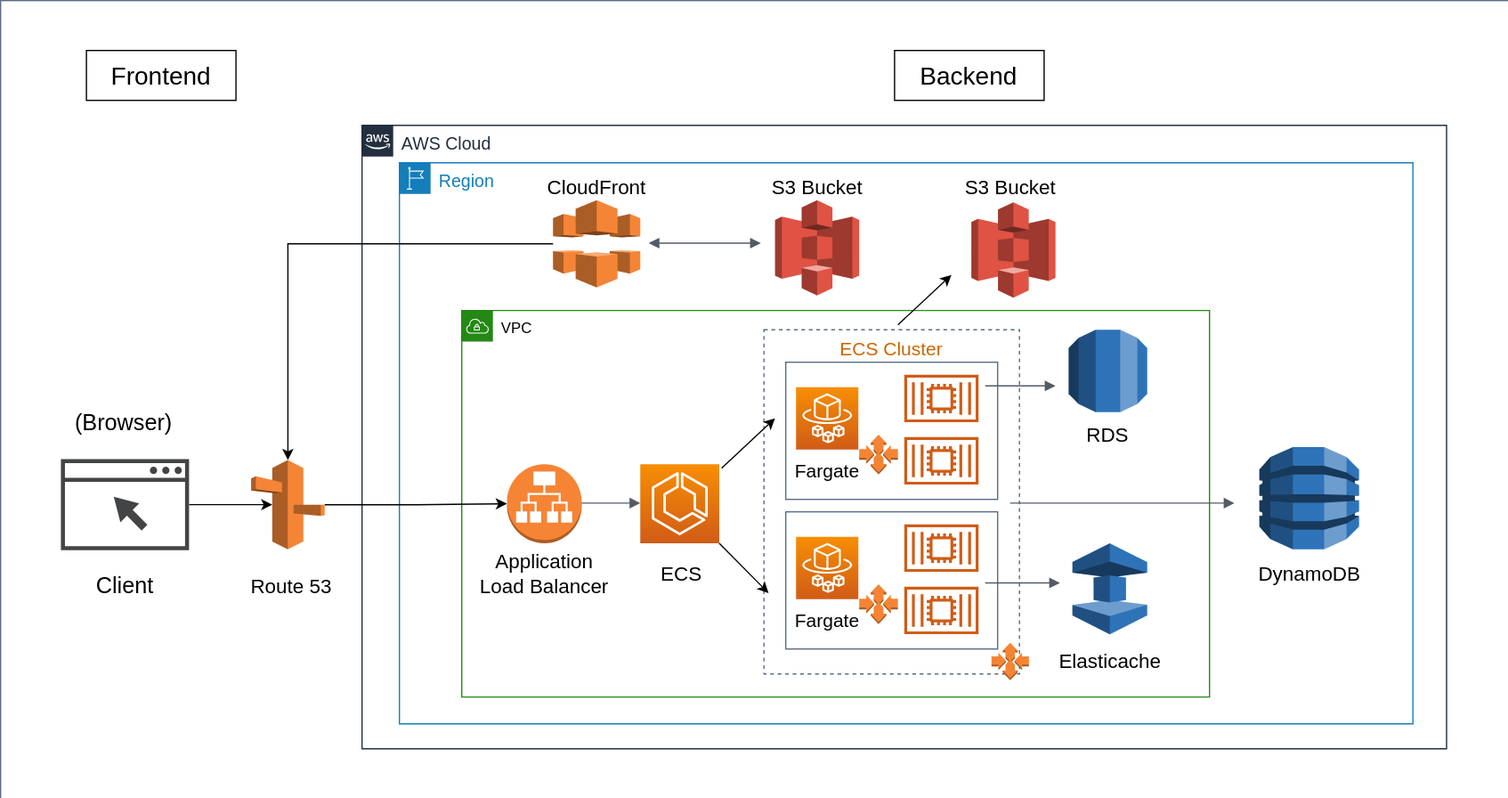
The draw.io diagram ECS-Fargate.svg in TravisCampos/Cloud-Architecture, before a commit. Source tidied: cells renumbered, new cells last; positions are measured from the earlier drawing's top-left corner, leaving out a move shared by most shapes.
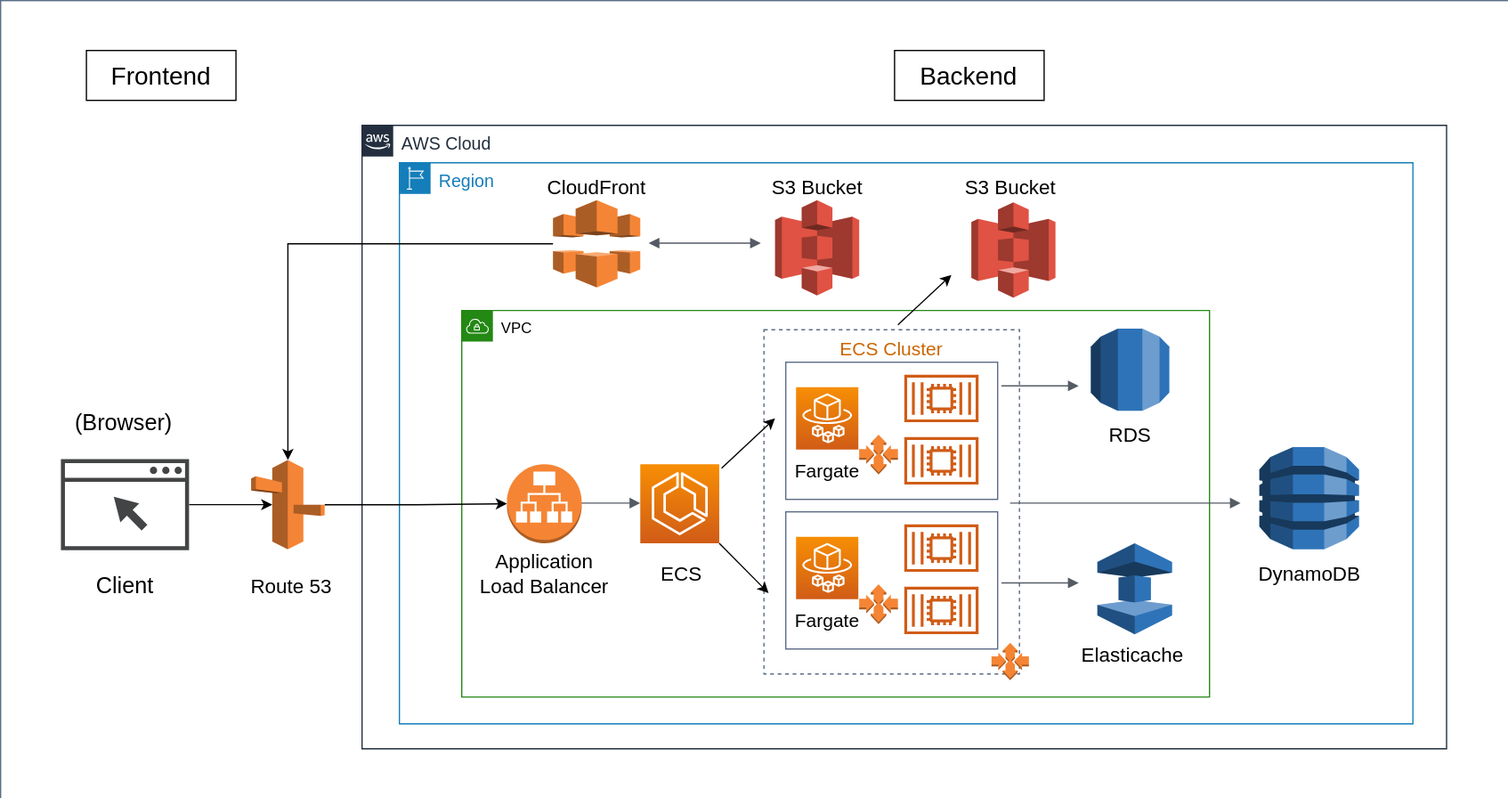
Later version of the same file.

Commit message:
Changed Serverless Containers

Diff of the diagram source:
```diff
@@ -90,13 +90,13 @@
       <mxGeometry x="380" y="450" width="112.5" height="20" as="geometry" />
     </mxCell>
     <mxCell id="29" style="dashed=0;verticalLabelPosition=bottom;verticalAlign=top;align=center;html=1;shape=mxgraph.aws3.rds;fillColor=#2E73B8;gradientColor=none;" parent="1" vertex="1">
-      <mxGeometry x="857" y="264" width="63" height="66" as="geometry" />
+      <mxGeometry x="874.8" y="263" width="63" height="66" as="geometry" />
     </mxCell>
     <mxCell id="30" style="dashed=0;verticalLabelPosition=bottom;verticalAlign=top;align=center;html=1;shape=mxgraph.aws3.elasticache;fillColor=#2E73B8;gradientColor=none;" parent="1" vertex="1">
-      <mxGeometry x="860" y="435.2" width="60" height="73" as="geometry" />
+      <mxGeometry x="880" y="435.2" width="60" height="73" as="geometry" />
     </mxCell>
     <mxCell id="31" value="Elasticache" style="text;html=1;strokeColor=none;fillColor=none;align=center;verticalAlign=middle;whiteSpace=wrap;rounded=0;fontSize=16;" parent="1" vertex="1">
-      <mxGeometry x="833.7" y="520" width="112.5" height="20" as="geometry" />
+      <mxGeometry x="852.2" y="515" width="112.5" height="20" as="geometry" />
     </mxCell>
     <mxCell id="32" value="ECS" style="text;html=1;strokeColor=none;fillColor=none;align=center;verticalAlign=middle;whiteSpace=wrap;rounded=0;fontSize=16;" parent="1" vertex="1">
       <mxGeometry x="490" y="450" width="112.5" height="20" as="geometry" />
@@ -126,7 +126,7 @@
       <mxGeometry x="688.9" y="348" width="31.1" height="32" as="geometry" />
     </mxCell>
     <mxCell id="41" value="RDS" style="text;html=1;strokeColor=none;fillColor=none;align=center;verticalAlign=middle;whiteSpace=wrap;rounded=0;fontSize=16;" parent="1" vertex="1">
-      <mxGeometry x="832.2" y="338.2" width="112.5" height="20" as="geometry" />
+      <mxGeometry x="850" y="338" width="112.5" height="20" as="geometry" />
     </mxCell>
     <mxCell id="42" value="&lt;font style=&quot;font-size: 15px&quot;&gt;Fargate&lt;/font&gt;" style="text;html=1;strokeColor=none;fillColor=none;align=center;verticalAlign=middle;whiteSpace=wrap;rounded=0;fontSize=16;" parent="1" vertex="1">
       <mxGeometry x="607.5" y="367" width="112.5" height="20" as="geometry" />
@@ -172,21 +172,24 @@
     </mxCell>
     <mxCell id="53" style="edgeStyle=orthogonalEdgeStyle;html=1;endArrow=block;elbow=vertical;startArrow=none;endFill=1;strokeColor=#545B64;rounded=0;fontSize=15;fontColor=#CC6600;" parent="1" edge="1">
       <mxGeometry relative="1" as="geometry">
-        <mxPoint x="790" y="467" as="sourcePoint" />
-        <mxPoint x="850" y="467" as="targetPoint" />
+        <mxPoint x="803" y="467" as="sourcePoint" />
+        <mxPoint x="865" y="467" as="targetPoint" />
       </mxGeometry>
     </mxCell>
     <mxCell id="54" style="edgeStyle=orthogonalEdgeStyle;html=1;endArrow=block;elbow=vertical;startArrow=none;endFill=1;strokeColor=#545B64;rounded=0;fontSize=15;fontColor=#CC6600;" parent="1" edge="1">
       <mxGeometry relative="1" as="geometry">
-        <mxPoint x="790" y="309" as="sourcePoint" />
-        <mxPoint x="846.4" y="309" as="targetPoint" />
+        <mxPoint x="803" y="309" as="sourcePoint" />
+        <mxPoint x="865" y="309" as="targetPoint" />
       </mxGeometry>
     </mxCell>
     <mxCell id="55" style="edgeStyle=orthogonalEdgeStyle;html=1;endArrow=block;elbow=vertical;startArrow=none;endFill=1;strokeColor=#545B64;rounded=0;fontSize=15;fontColor=#CC6600;" parent="1" edge="1">
       <mxGeometry relative="1" as="geometry">
         <mxPoint x="810" y="403" as="sourcePoint" />
-        <mxPoint x="990" y="403" as="targetPoint" />
+        <mxPoint x="995" y="403" as="targetPoint" />
       </mxGeometry>
     </mxCell>
+    <mxCell id="56" style="edgeStyle=orthogonalEdgeStyle;rounded=0;orthogonalLoop=1;jettySize=auto;html=1;exitX=0.5;exitY=1;exitDx=0;exitDy=0;" parent="1" edge="1" source="41" target="41">
+      <mxGeometry relative="1" as="geometry" />
+    </mxCell>
   </root>
 </mxGraphModel>
```
